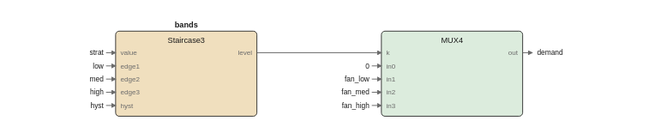
pstch/botanik2 keeps this draw.io diagram as images/logic/destrat_fbd.drawio.svg. Above is the earlier version. Source tidied: cells renumbered, new cells last; positions are measured from the earlier drawing's top-left corner, leaving out a move shared by most shapes.
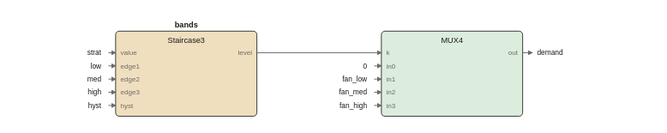
After the change.

The edit, as a diff of the source:
```diff
@@ -53,100 +53,87 @@
     <mxCell id="18" value="out" style="text;html=1;whiteSpace=nowrap;fontSize=6;fontColor=#6b6b6b;align=right;verticalAlign=middle;" parent="1" vertex="1">
       <mxGeometry x="346" y="23.6" width="20" height="9.8" as="geometry" />
     </mxCell>
-    <mxCell id="19" style="edgeStyle=none;html=1;strokeColor=#6b6b6b;endArrow=block;" parent="1" edge="1">
+    <mxCell id="19" style="edgeStyle=none;html=1;strokeColor=#6b6b6b;endArrow=block;exitX=1;exitY=0.2535;exitDx=0;exitDy=0;" parent="1" edge="1" source="11">
       <mxGeometry relative="1" as="geometry">
-        <mxPoint x="370" y="28" as="sourcePoint" />
         <mxPoint x="378" y="28" as="targetPoint" />
       </mxGeometry>
     </mxCell>
     <mxCell id="20" value="demand" style="text;html=1;whiteSpace=nowrap;fontSize=6;fontColor=#1a1a1a;align=left;verticalAlign=middle;" parent="1" vertex="1">
       <mxGeometry x="382" y="23.5" width="23.8" height="10" as="geometry" />
     </mxCell>
-    <mxCell id="21" style="edgeStyle=none;html=1;strokeColor=#6b6b6b;endArrow=block;" parent="1" edge="1">
-      <mxGeometry relative="1" as="geometry">
-        <mxPoint x="148" y="28" as="sourcePoint" />
-        <mxPoint x="252" y="28" as="targetPoint" />
-      </mxGeometry>
+    <mxCell id="21" style="edgeStyle=none;html=1;strokeColor=#6b6b6b;endArrow=block;exitX=1;exitY=0.2535;exitDx=0;exitDy=0;entryX=0;entryY=0.2535;entryDx=0;entryDy=0;" parent="1" edge="1" source="2" target="11">
+      <mxGeometry relative="1" as="geometry" />
     </mxCell>
     <mxCell id="22" value="strat" style="text;html=1;whiteSpace=nowrap;fontSize=6;fontColor=#1a1a1a;align=right;verticalAlign=middle;" parent="1" vertex="1">
-      <mxGeometry x="-0.5" y="23.5" width="20.5" height="10" as="geometry" />
+      <mxGeometry x="-2.5" y="23.5" width="20.5" height="10" as="geometry" />
     </mxCell>
-    <mxCell id="23" style="edgeStyle=none;html=1;strokeColor=#6b6b6b;endArrow=block;" parent="1" edge="1">
+    <mxCell id="23" style="edgeStyle=none;html=1;strokeColor=#6b6b6b;endArrow=block;entryX=0;entryY=0.2535;entryDx=0;entryDy=0;" parent="1" edge="1" target="2">
       <mxGeometry relative="1" as="geometry">
-        <mxPoint x="22" y="28" as="sourcePoint" />
-        <mxPoint x="30" y="28" as="targetPoint" />
+        <mxPoint x="24" y="28" as="sourcePoint" />
       </mxGeometry>
     </mxCell>
     <mxCell id="24" value="low" style="text;html=1;whiteSpace=nowrap;fontSize=6;fontColor=#1a1a1a;align=right;verticalAlign=middle;" parent="1" vertex="1">
-      <mxGeometry y="34.5" width="20" height="10" as="geometry" />
+      <mxGeometry x="-2" y="34.5" width="20" height="10" as="geometry" />
     </mxCell>
-    <mxCell id="25" style="edgeStyle=none;html=1;strokeColor=#6b6b6b;endArrow=block;" parent="1" edge="1">
+    <mxCell id="25" style="edgeStyle=none;html=1;strokeColor=#6b6b6b;endArrow=block;entryX=0;entryY=0.4085;entryDx=0;entryDy=0;" parent="1" edge="1" target="2">
       <mxGeometry relative="1" as="geometry">
-        <mxPoint x="22" y="39" as="sourcePoint" />
-        <mxPoint x="30" y="39" as="targetPoint" />
+        <mxPoint x="24" y="39" as="sourcePoint" />
       </mxGeometry>
     </mxCell>
     <mxCell id="26" value="med" style="text;html=1;whiteSpace=nowrap;fontSize=6;fontColor=#1a1a1a;align=right;verticalAlign=middle;" parent="1" vertex="1">
-      <mxGeometry y="45.5" width="20" height="10" as="geometry" />
+      <mxGeometry x="-2" y="45.5" width="20" height="10" as="geometry" />
     </mxCell>
-    <mxCell id="27" style="edgeStyle=none;html=1;strokeColor=#6b6b6b;endArrow=block;" parent="1" edge="1">
+    <mxCell id="27" style="edgeStyle=none;html=1;strokeColor=#6b6b6b;endArrow=block;entryX=0;entryY=0.5634;entryDx=0;entryDy=0;" parent="1" edge="1" target="2">
       <mxGeometry relative="1" as="geometry">
-        <mxPoint x="22" y="50" as="sourcePoint" />
-        <mxPoint x="30" y="50" as="targetPoint" />
+        <mxPoint x="24" y="50" as="sourcePoint" />
       </mxGeometry>
     </mxCell>
     <mxCell id="28" value="high" style="text;html=1;whiteSpace=nowrap;fontSize=6;fontColor=#1a1a1a;align=right;verticalAlign=middle;" parent="1" vertex="1">
-      <mxGeometry y="56.5" width="20" height="10" as="geometry" />
+      <mxGeometry x="-2" y="56.5" width="20" height="10" as="geometry" />
     </mxCell>
-    <mxCell id="29" style="edgeStyle=none;html=1;strokeColor=#6b6b6b;endArrow=block;" parent="1" edge="1">
+    <mxCell id="29" style="edgeStyle=none;html=1;strokeColor=#6b6b6b;endArrow=block;entryX=0;entryY=0.7183;entryDx=0;entryDy=0;" parent="1" edge="1" target="2">
       <mxGeometry relative="1" as="geometry">
-        <mxPoint x="22" y="61" as="sourcePoint" />
-        <mxPoint x="30" y="61" as="targetPoint" />
+        <mxPoint x="24" y="61" as="sourcePoint" />
       </mxGeometry>
     </mxCell>
     <mxCell id="30" value="hyst" style="text;html=1;whiteSpace=nowrap;fontSize=6;fontColor=#1a1a1a;align=right;verticalAlign=middle;" parent="1" vertex="1">
-      <mxGeometry y="67.5" width="20" height="10" as="geometry" />
+      <mxGeometry x="-2" y="67.5" width="20" height="10" as="geometry" />
     </mxCell>
-    <mxCell id="31" style="edgeStyle=none;html=1;strokeColor=#6b6b6b;endArrow=block;" parent="1" edge="1">
+    <mxCell id="31" style="edgeStyle=none;html=1;strokeColor=#6b6b6b;endArrow=block;entryX=0;entryY=0.8732;entryDx=0;entryDy=0;" parent="1" edge="1" target="2">
       <mxGeometry relative="1" as="geometry">
-        <mxPoint x="22" y="72" as="sourcePoint" />
-        <mxPoint x="30" y="72" as="targetPoint" />
+        <mxPoint x="24" y="72" as="sourcePoint" />
       </mxGeometry>
     </mxCell>
     <mxCell id="32" value="0" style="text;html=1;whiteSpace=nowrap;fontSize=6;fontColor=#1a1a1a;align=right;verticalAlign=middle;" parent="1" vertex="1">
-      <mxGeometry x="222" y="34.5" width="20" height="10" as="geometry" />
+      <mxGeometry x="220" y="34.5" width="20" height="10" as="geometry" />
     </mxCell>
-    <mxCell id="33" style="edgeStyle=none;html=1;strokeColor=#6b6b6b;endArrow=block;" parent="1" edge="1">
+    <mxCell id="33" style="edgeStyle=none;html=1;strokeColor=#6b6b6b;endArrow=block;entryX=0;entryY=0.4085;entryDx=0;entryDy=0;" parent="1" edge="1" target="11">
       <mxGeometry relative="1" as="geometry">
-        <mxPoint x="244" y="39" as="sourcePoint" />
-        <mxPoint x="252" y="39" as="targetPoint" />
+        <mxPoint x="246" y="39" as="sourcePoint" />
       </mxGeometry>
     </mxCell>
     <mxCell id="34" value="fan_low" style="text;html=1;whiteSpace=nowrap;fontSize=6;fontColor=#1a1a1a;align=right;verticalAlign=middle;" parent="1" vertex="1">
-      <mxGeometry x="214.9" y="45.5" width="27.1" height="10" as="geometry" />
+      <mxGeometry x="212.9" y="45.5" width="27.1" height="10" as="geometry" />
     </mxCell>
-    <mxCell id="35" style="edgeStyle=none;html=1;strokeColor=#6b6b6b;endArrow=block;" parent="1" edge="1">
+    <mxCell id="35" style="edgeStyle=none;html=1;strokeColor=#6b6b6b;endArrow=block;entryX=0;entryY=0.5634;entryDx=0;entryDy=0;" parent="1" edge="1" target="11">
       <mxGeometry relative="1" as="geometry">
-        <mxPoint x="244" y="50" as="sourcePoint" />
-        <mxPoint x="252" y="50" as="targetPoint" />
+        <mxPoint x="246" y="50" as="sourcePoint" />
       </mxGeometry>
     </mxCell>
     <mxCell id="36" value="fan_med" style="text;html=1;whiteSpace=nowrap;fontSize=6;fontColor=#1a1a1a;align=right;verticalAlign=middle;" parent="1" vertex="1">
-      <mxGeometry x="214.9" y="56.5" width="27.1" height="10" as="geometry" />
+      <mxGeometry x="212.9" y="56.5" width="27.1" height="10" as="geometry" />
     </mxCell>
-    <mxCell id="37" style="edgeStyle=none;html=1;strokeColor=#6b6b6b;endArrow=block;" parent="1" edge="1">
+    <mxCell id="37" style="edgeStyle=none;html=1;strokeColor=#6b6b6b;endArrow=block;entryX=0;entryY=0.7183;entryDx=0;entryDy=0;" parent="1" edge="1" target="11">
       <mxGeometry relative="1" as="geometry">
-        <mxPoint x="244" y="61" as="sourcePoint" />
-        <mxPoint x="252" y="61" as="targetPoint" />
+        <mxPoint x="246" y="61" as="sourcePoint" />
       </mxGeometry>
     </mxCell>
     <mxCell id="38" value="fan_high" style="text;html=1;whiteSpace=nowrap;fontSize=6;fontColor=#1a1a1a;align=right;verticalAlign=middle;" parent="1" vertex="1">
-      <mxGeometry x="211.6" y="67.5" width="30.4" height="10" as="geometry" />
+      <mxGeometry x="209.6" y="67.5" width="30.4" height="10" as="geometry" />
     </mxCell>
-    <mxCell id="39" style="edgeStyle=none;html=1;strokeColor=#6b6b6b;endArrow=block;" parent="1" edge="1">
+    <mxCell id="39" style="edgeStyle=none;html=1;strokeColor=#6b6b6b;endArrow=block;entryX=0;entryY=0.8732;entryDx=0;entryDy=0;" parent="1" edge="1" target="11">
       <mxGeometry relative="1" as="geometry">
-        <mxPoint x="244" y="72" as="sourcePoint" />
-        <mxPoint x="252" y="72" as="targetPoint" />
+        <mxPoint x="246" y="72" as="sourcePoint" />
       </mxGeometry>
     </mxCell>
   </root>
```
